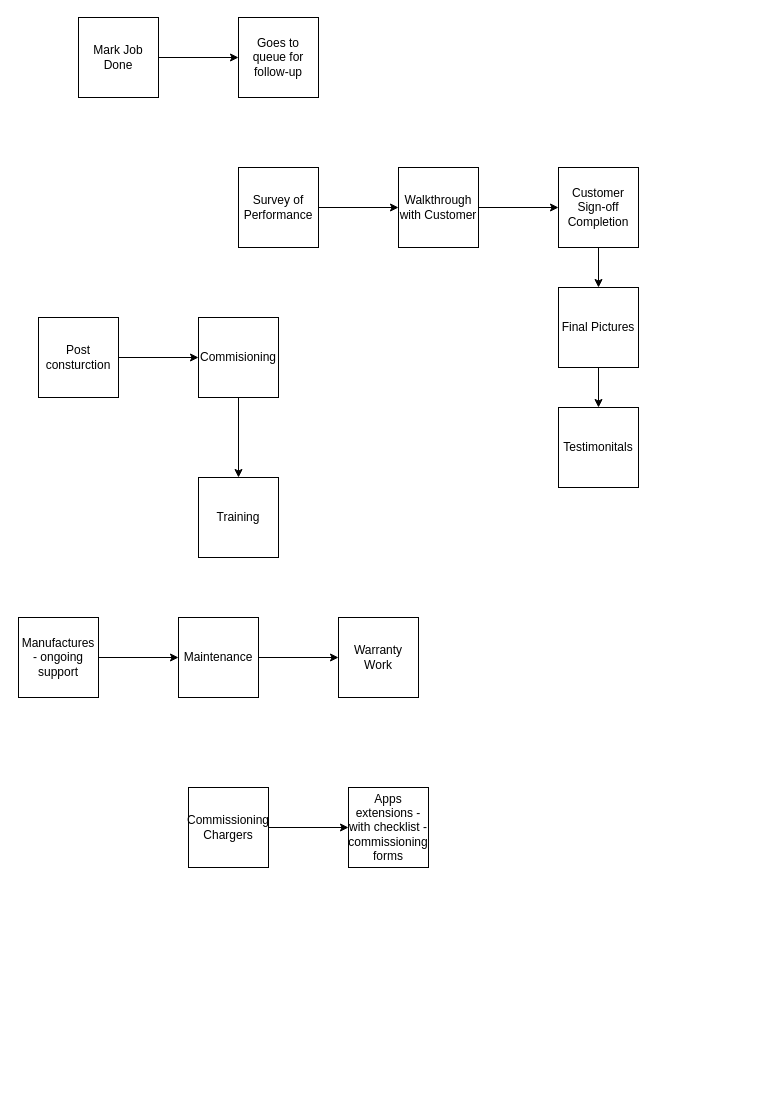
Earlier version of the draw.io diagram page "Final" (5 of 5) of projects/Untitled Diagram.drawio (RobertChumley/RobertChumley.github.io). Source tidied: cells renumbered, new cells numbered last; positions are measured from the earlier drawing's top-left corner, leaving out a move shared by most shapes. Both pictures are drawn from the tidied source at 100%, with x=0, y=0 at pixel (18, 17).
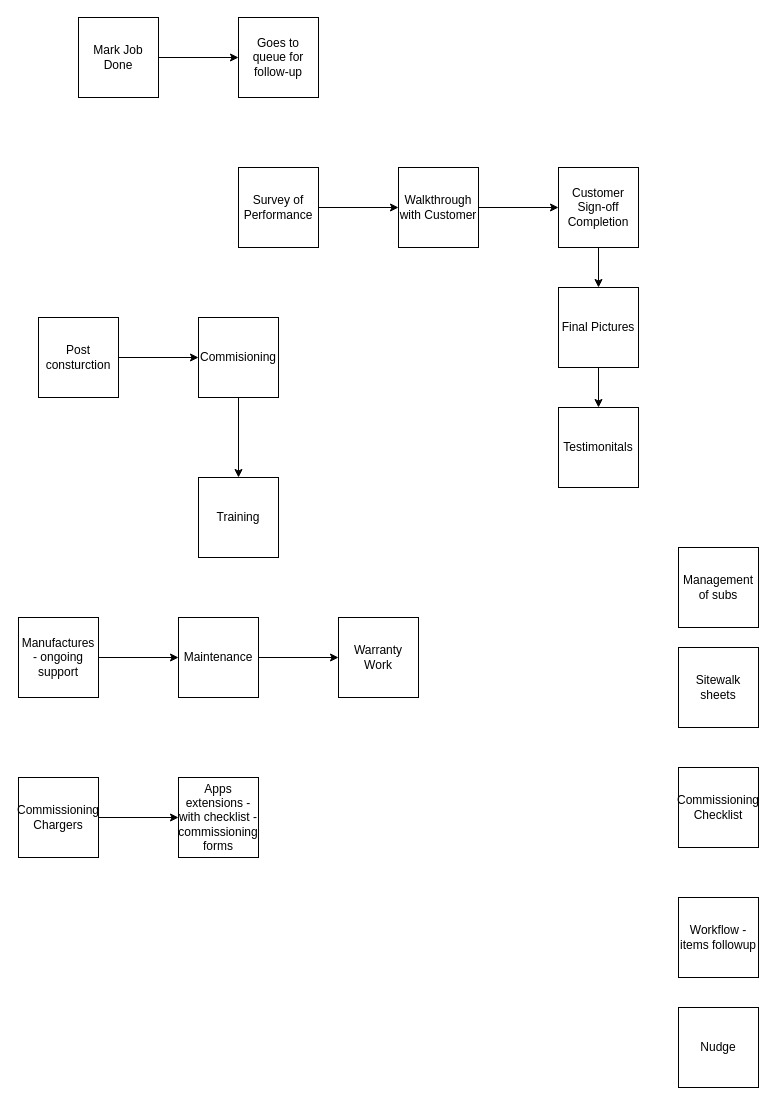
The same diagram, later.

The edit, as a diff of the source:
```diff
@@
     <mxCell id="25" value="Commissioning Chargers" style="whiteSpace=wrap;html=1;" parent="1" vertex="1">
-      <mxGeometry x="170" y="770" width="80" height="80" as="geometry" />
+      <mxGeometry y="760" width="80" height="80" as="geometry" />
     </mxCell>
     <mxCell id="26" value="Apps extensions - with checklist - commissioning forms" style="whiteSpace=wrap;html=1;" parent="1" vertex="1">
-      <mxGeometry x="330" y="770" width="80" height="80" as="geometry" />
+      <mxGeometry x="160" y="760" width="80" height="80" as="geometry" />
     </mxCell>
+    <mxCell id="27" value="Management of subs" style="whiteSpace=wrap;html=1;" parent="1" vertex="1">
+      <mxGeometry x="660" y="530" width="80" height="80" as="geometry" />
+    </mxCell>
+    <mxCell id="28" value="Sitewalk sheets" style="whiteSpace=wrap;html=1;" parent="1" vertex="1">
+      <mxGeometry x="660" y="630" width="80" height="80" as="geometry" />
+    </mxCell>
+    <mxCell id="29" value="Commissioning Checklist" style="whiteSpace=wrap;html=1;" parent="1" vertex="1">
+      <mxGeometry x="660" y="750" width="80" height="80" as="geometry" />
+    </mxCell>
+    <mxCell id="30" value="Workflow - items followup" style="whiteSpace=wrap;html=1;" parent="1" vertex="1">
+      <mxGeometry x="660" y="880" width="80" height="80" as="geometry" />
+    </mxCell>
+    <mxCell id="31" value="Nudge" style="whiteSpace=wrap;html=1;" parent="1" vertex="1">
+      <mxGeometry x="660" y="990" width="80" height="80" as="geometry" />
+    </mxCell>
```
